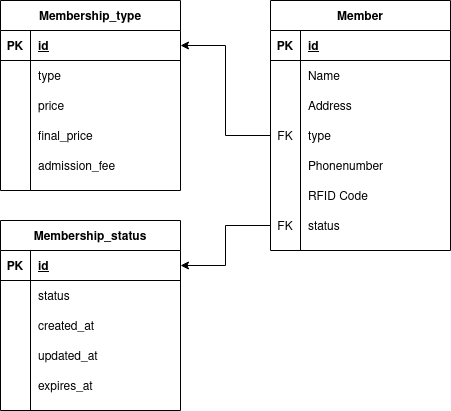
Above: erd/gym_management.png in ashishsubedi/gym_management_system (draw.io), before the change. Source tidied: cells renumbered, new cells last; positions are measured from the earlier drawing's top-left corner, leaving out a move shared by most shapes.
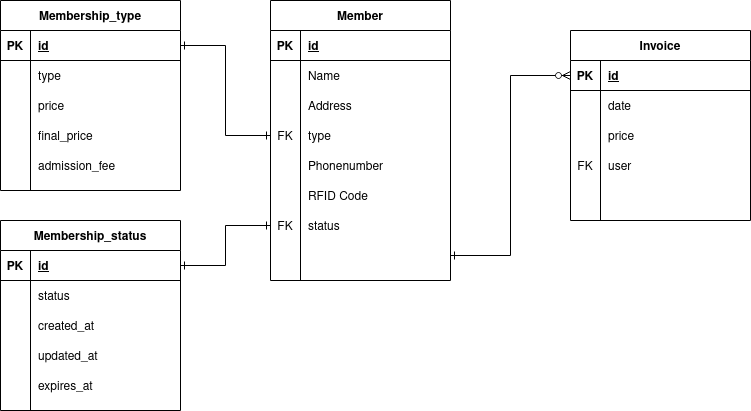
Above is the later version.

What changed in the source:
```diff
@@ -3,7 +3,7 @@
     <mxCell id="0" />
     <mxCell id="1" parent="0" />
     <mxCell id="2" value="Member" style="shape=table;startSize=30;rowLines=0;fontStyle=1;align=center;" parent="1" vertex="1">
-      <mxGeometry x="270" width="180" height="250" as="geometry" />
+      <mxGeometry x="270" width="180" height="280" as="geometry" />
     </mxCell>
     <mxCell id="3" style="shape=partialRectangle;fillColor=none;top=0;left=0;bottom=1;right=0;" parent="2" vertex="1">
       <mxGeometry y="30" width="180" height="30" as="geometry" />
@@ -68,6 +68,15 @@
     <mxCell id="23" value="status" style="shape=partialRectangle;fillColor=none;top=0;left=0;bottom=0;right=0;align=left;spacingLeft=6;overflow=hidden;" parent="21" vertex="1">
       <mxGeometry x="30" width="150" height="30" as="geometry" />
     </mxCell>
+    <mxCell id="58" style="shape=partialRectangle;fillColor=none;top=0;left=0;bottom=0;right=0;points=[[0,0.5],[1,0.5]];portConstraint=eastwest;" parent="2" vertex="1">
+      <mxGeometry y="240" width="180" height="30" as="geometry" />
+    </mxCell>
+    <mxCell id="59" style="shape=partialRectangle;fillColor=none;top=0;left=0;bottom=0;right=0;overflow=hidden;" parent="58" vertex="1">
+      <mxGeometry width="30" height="30" as="geometry" />
+    </mxCell>
+    <mxCell id="60" style="shape=partialRectangle;fillColor=none;top=0;left=0;bottom=0;right=0;align=left;spacingLeft=6;overflow=hidden;" parent="58" vertex="1">
+      <mxGeometry x="30" width="150" height="30" as="geometry" />
+    </mxCell>
     <mxCell id="24" value="Membership_type" style="shape=table;startSize=30;rowLines=0;fontStyle=1;align=center;" parent="1" vertex="1">
       <mxGeometry width="180" height="190" as="geometry" />
     </mxCell>
@@ -164,11 +173,62 @@
     <mxCell id="55" value="expires_at" style="shape=partialRectangle;fillColor=none;top=0;left=0;bottom=0;right=0;align=left;spacingLeft=6;overflow=hidden;" parent="53" vertex="1">
       <mxGeometry x="30" width="150" height="30" as="geometry" />
     </mxCell>
-    <mxCell id="56" style="edgeStyle=orthogonalEdgeStyle;rounded=0;jettySize=auto;html=1;entryX=1;entryY=0.5;entryDx=0;entryDy=0;" parent="1" edge="1" source="12" target="25">
+    <mxCell id="56" style="edgeStyle=orthogonalEdgeStyle;rounded=0;jettySize=auto;html=1;entryX=1;entryY=0.5;entryDx=0;entryDy=0;endArrow=ERone;endFill=0;startArrow=ERone;startFill=0;" parent="1" edge="1" source="12" target="25">
       <mxGeometry relative="1" as="geometry" />
     </mxCell>
-    <mxCell id="57" style="edgeStyle=orthogonalEdgeStyle;rounded=0;jettySize=auto;html=1;" parent="1" edge="1" source="21" target="41">
+    <mxCell id="57" style="edgeStyle=orthogonalEdgeStyle;rounded=0;jettySize=auto;html=1;endArrow=ERone;endFill=0;startArrow=ERone;startFill=0;" parent="1" edge="1" source="21" target="41">
       <mxGeometry relative="1" as="geometry" />
     </mxCell>
+    <mxCell id="61" value="Invoice" style="shape=table;startSize=30;rowLines=0;fontStyle=1;align=center;" parent="1" vertex="1">
+      <mxGeometry x="570" y="30" width="180" height="190" as="geometry" />
+    </mxCell>
+    <mxCell id="62" style="shape=partialRectangle;fillColor=none;top=0;left=0;bottom=1;right=0;points=[[0,0.5],[1,0.5]];portConstraint=eastwest;" parent="61" vertex="1">
+      <mxGeometry y="30" width="180" height="30" as="geometry" />
+    </mxCell>
+    <mxCell id="63" value="PK" style="shape=partialRectangle;fillColor=none;top=0;left=0;bottom=0;right=0;fontStyle=1;overflow=hidden;" parent="62" vertex="1">
+      <mxGeometry width="30" height="30" as="geometry" />
+    </mxCell>
+    <mxCell id="64" value="id" style="shape=partialRectangle;fillColor=none;top=0;left=0;bottom=0;right=0;align=left;spacingLeft=6;fontStyle=5;overflow=hidden;" parent="62" vertex="1">
+      <mxGeometry x="30" width="150" height="30" as="geometry" />
+    </mxCell>
+    <mxCell id="65" style="shape=partialRectangle;fillColor=none;top=0;left=0;bottom=0;right=0;" parent="61" vertex="1">
+      <mxGeometry y="60" width="180" height="30" as="geometry" />
+    </mxCell>
+    <mxCell id="66" style="shape=partialRectangle;fillColor=none;top=0;left=0;bottom=0;right=0;overflow=hidden;" parent="65" vertex="1">
+      <mxGeometry width="30" height="30" as="geometry" />
+    </mxCell>
+    <mxCell id="67" value="date" style="shape=partialRectangle;fillColor=none;top=0;left=0;bottom=0;right=0;align=left;spacingLeft=6;overflow=hidden;" parent="65" vertex="1">
+      <mxGeometry x="30" width="150" height="30" as="geometry" />
+    </mxCell>
+    <mxCell id="68" style="shape=partialRectangle;fillColor=none;top=0;left=0;bottom=0;right=0;" parent="61" vertex="1">
+      <mxGeometry y="90" width="180" height="30" as="geometry" />
+    </mxCell>
+    <mxCell id="69" style="shape=partialRectangle;fillColor=none;top=0;left=0;bottom=0;right=0;overflow=hidden;" parent="68" vertex="1">
+      <mxGeometry width="30" height="30" as="geometry" />
+    </mxCell>
+    <mxCell id="70" value="price" style="shape=partialRectangle;fillColor=none;top=0;left=0;bottom=0;right=0;align=left;spacingLeft=6;overflow=hidden;" parent="68" vertex="1">
+      <mxGeometry x="30" width="150" height="30" as="geometry" />
+    </mxCell>
+    <mxCell id="71" style="shape=partialRectangle;fillColor=none;top=0;left=0;bottom=0;right=0;" parent="61" vertex="1">
+      <mxGeometry y="120" width="180" height="30" as="geometry" />
+    </mxCell>
+    <mxCell id="72" value="FK" style="shape=partialRectangle;fillColor=none;top=0;left=0;bottom=0;right=0;overflow=hidden;" parent="71" vertex="1">
+      <mxGeometry width="30" height="30" as="geometry" />
+    </mxCell>
+    <mxCell id="73" value="user" style="shape=partialRectangle;fillColor=none;top=0;left=0;bottom=0;right=0;align=left;spacingLeft=6;overflow=hidden;" parent="71" vertex="1">
+      <mxGeometry x="30" width="150" height="30" as="geometry" />
+    </mxCell>
+    <mxCell id="74" style="shape=partialRectangle;fillColor=none;top=0;left=0;bottom=0;right=0;" parent="61" vertex="1">
+      <mxGeometry y="150" width="180" height="30" as="geometry" />
+    </mxCell>
+    <mxCell id="75" style="shape=partialRectangle;fillColor=none;top=0;left=0;bottom=0;right=0;overflow=hidden;" parent="74" vertex="1">
+      <mxGeometry width="30" height="30" as="geometry" />
+    </mxCell>
+    <mxCell id="76" style="shape=partialRectangle;fillColor=none;top=0;left=0;bottom=0;right=0;align=left;spacingLeft=6;overflow=hidden;" parent="74" vertex="1">
+      <mxGeometry x="30" width="150" height="30" as="geometry" />
+    </mxCell>
+    <mxCell id="77" style="edgeStyle=orthogonalEdgeStyle;rounded=0;jettySize=auto;html=1;entryX=0;entryY=0.5;entryDx=0;entryDy=0;startArrow=ERone;startFill=0;endArrow=ERzeroToMany;endFill=1;" parent="1" edge="1" source="58" target="62">
+      <mxGeometry relative="1" as="geometry" />
+    </mxCell>
   </root>
 </mxGraphModel>
```
